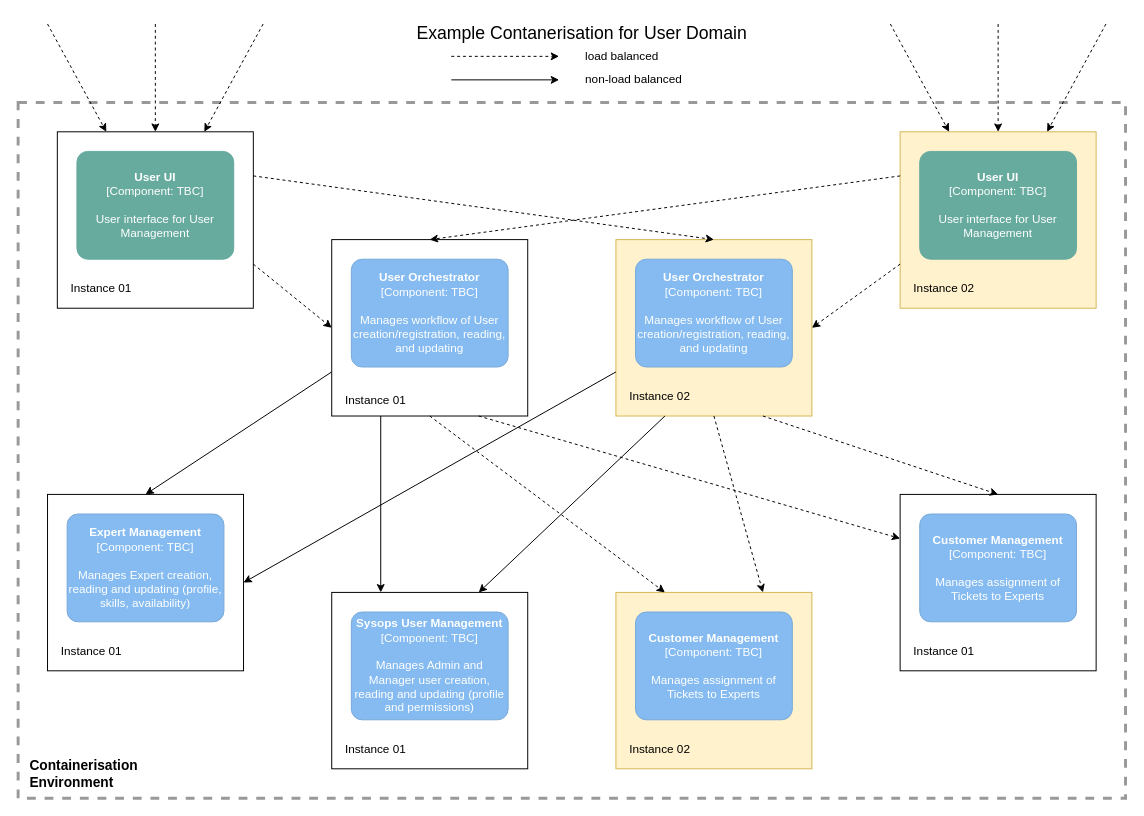
The draw.io diagram 2.SolutionBackground/images/Containerisation.drawio in tekiegirl/TheMadKatas, before the edit. Source tidied: cells renumbered, new cells numbered last; positions are measured from the earlier drawing's top-left corner, leaving out a move shared by most shapes. Both pictures are drawn from the tidied source at 98%, with x=0, y=0 at pixel (18, 24).
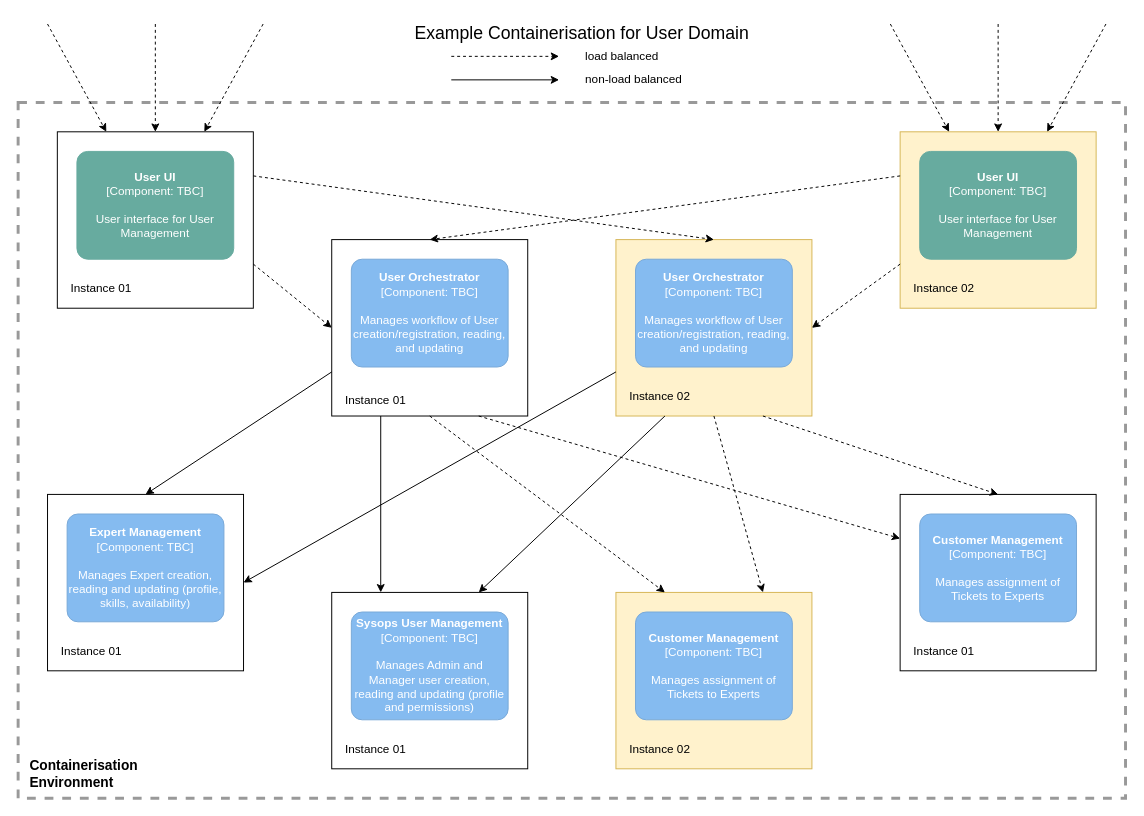
The same diagram, later.

Commit message (it also covers changes not shown here):
Really fix typo in containerisation diagrams

The edit, as a diff of the source:
```diff
@@
-    <mxCell id="58" value="&lt;font style=&quot;font-size: 18px&quot;&gt;Example Contanerisation for User Domain&lt;/font&gt;" style="text;html=1;align=center;verticalAlign=middle;" parent="1" vertex="1">
-      <mxGeometry x="400" width="350" height="20" as="geometry" />
+    <mxCell id="58" value="&lt;font style=&quot;font-size: 18px&quot;&gt;Example Containerisation for User Domain&lt;/font&gt;" style="text;html=1;align=center;verticalAlign=middle;" parent="1" vertex="1">
+      <mxGeometry x="395" width="360" height="20" as="geometry" />
     </mxCell>
```
